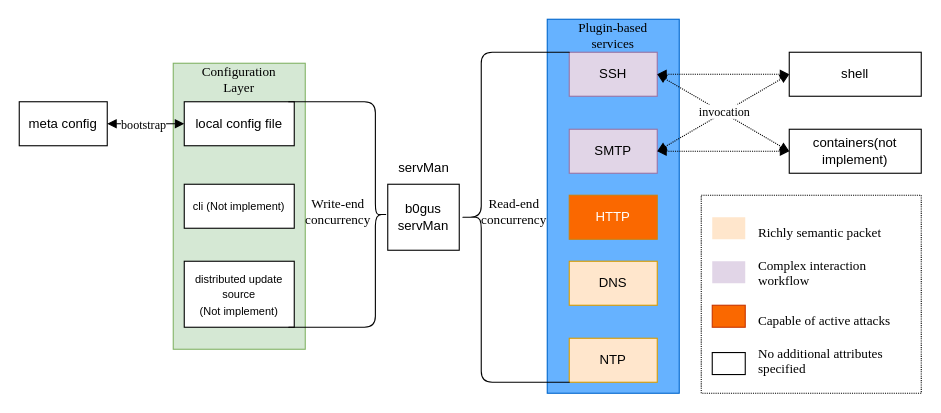
Earlier version of the draw.io diagram assets/design/en/en.drawio (TrisenYu/b0gus). Source tidied: cells renumbered, new cells numbered last; positions are measured from the earlier drawing's top-left corner, leaving out a move shared by most shapes. Both pictures are drawn from the tidied source at 110%, with x=0, y=0 at pixel (19, 19).
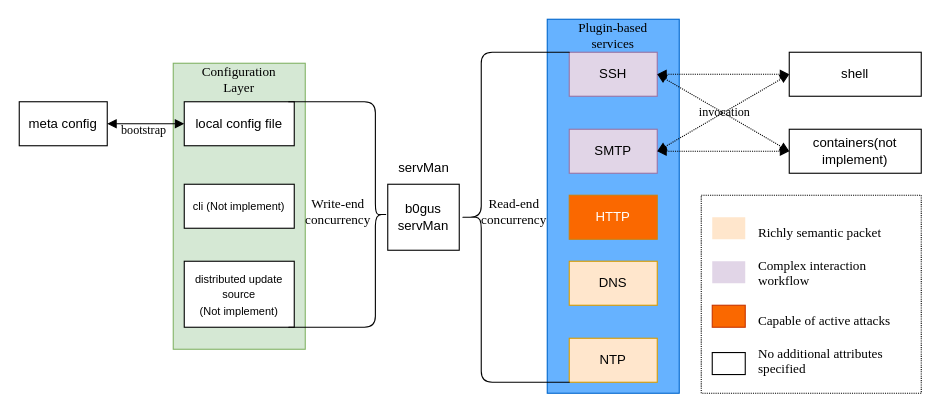
After the change.

Unchanged cells that the change refers to:
```xml
<mxCell id="17" style="endArrow=block;startArrow=block;html=1;exitX=1;exitY=0.5;exitDx=0;exitDy=0;dashed=1;dashPattern=1 1;entryX=0;entryY=0.5;entryDx=0;entryDy=0;startFill=1;endFill=1;" parent="1" edge="1" source="4" target="14">
  <mxGeometry relative="1" as="geometry" />
</mxCell>
<mxCell id="22" style="endArrow=block;html=1;exitX=1;exitY=0.5;exitDx=0;exitDy=0;endFill=1;startArrow=block;startFill=1;entryX=0;entryY=0.5;entryDx=0;entryDy=0;" parent="1" edge="1" source="21" target="9">
  <mxGeometry relative="1" as="geometry" />
</mxCell>
```

Change to the diagram source:
```diff
@@
-    <mxCell id="18" value="&lt;font face=&quot;Times New Roman&quot;&gt;invocation&lt;/font&gt;" style="edgeLabel;html=1;align=center;verticalAlign=middle;" parent="17" vertex="1">
+    <mxCell id="18" value="&lt;font face=&quot;Times New Roman&quot;&gt;invocation&lt;/font&gt;" style="edgeLabel;html=1;align=center;verticalAlign=middle;labelBackgroundColor=none;" parent="17" vertex="1">
       <mxGeometry y="1" relative="1" as="geometry" />
     </mxCell>
@@
-    <mxCell id="23" value="&lt;font face=&quot;Times New Roman&quot;&gt;bootstrap&lt;/font&gt;" style="edgeLabel;html=1;align=center;verticalAlign=middle;" parent="22" vertex="1">
+    <mxCell id="23" value="&lt;font face=&quot;Times New Roman&quot;&gt;bootstrap&lt;/font&gt;" style="edgeLabel;html=1;align=center;verticalAlign=middle;labelBackgroundColor=none;" parent="22" vertex="1">
       <mxGeometry x="-0.13" y="1" relative="1" as="geometry">
-        <mxPoint x="2" y="1" as="offset" />
+        <mxPoint x="2" y="6" as="offset" />
       </mxGeometry>
     </mxCell>
```
